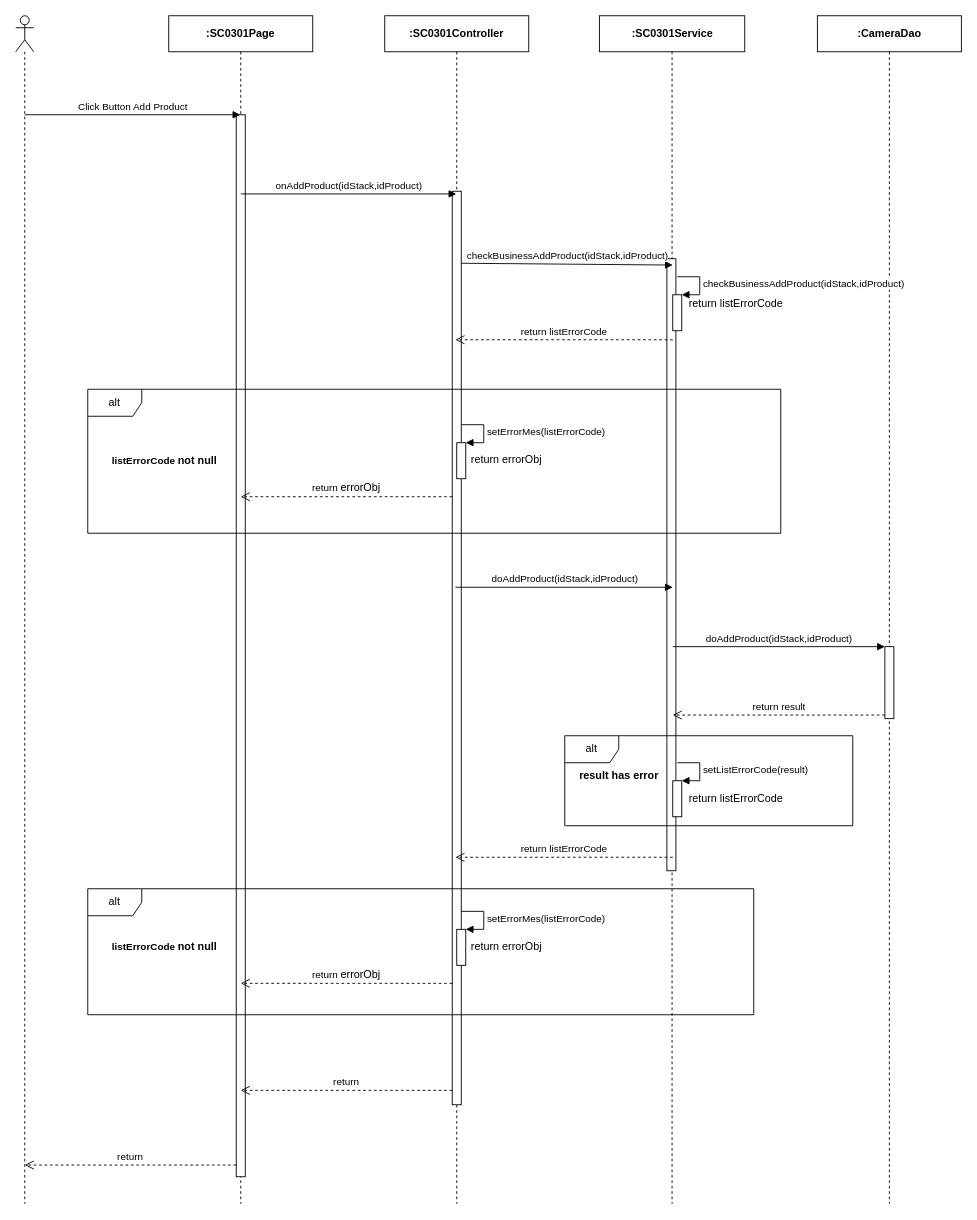
This is page "Ev06" (6 of 10) of Users/LuanNM/SEQ Diagram Review/sc03/SC0301_StackDetail.drawio from luannmdev/CapstoneDocument, a draw.io file, before an edit. Source tidied: cells renumbered, new cells numbered last; positions are measured from the earlier drawing's top-left corner, leaving out a move shared by most shapes. Both pictures are drawn from the tidied source at 90%, with x=0, y=0 at pixel (15, 15).
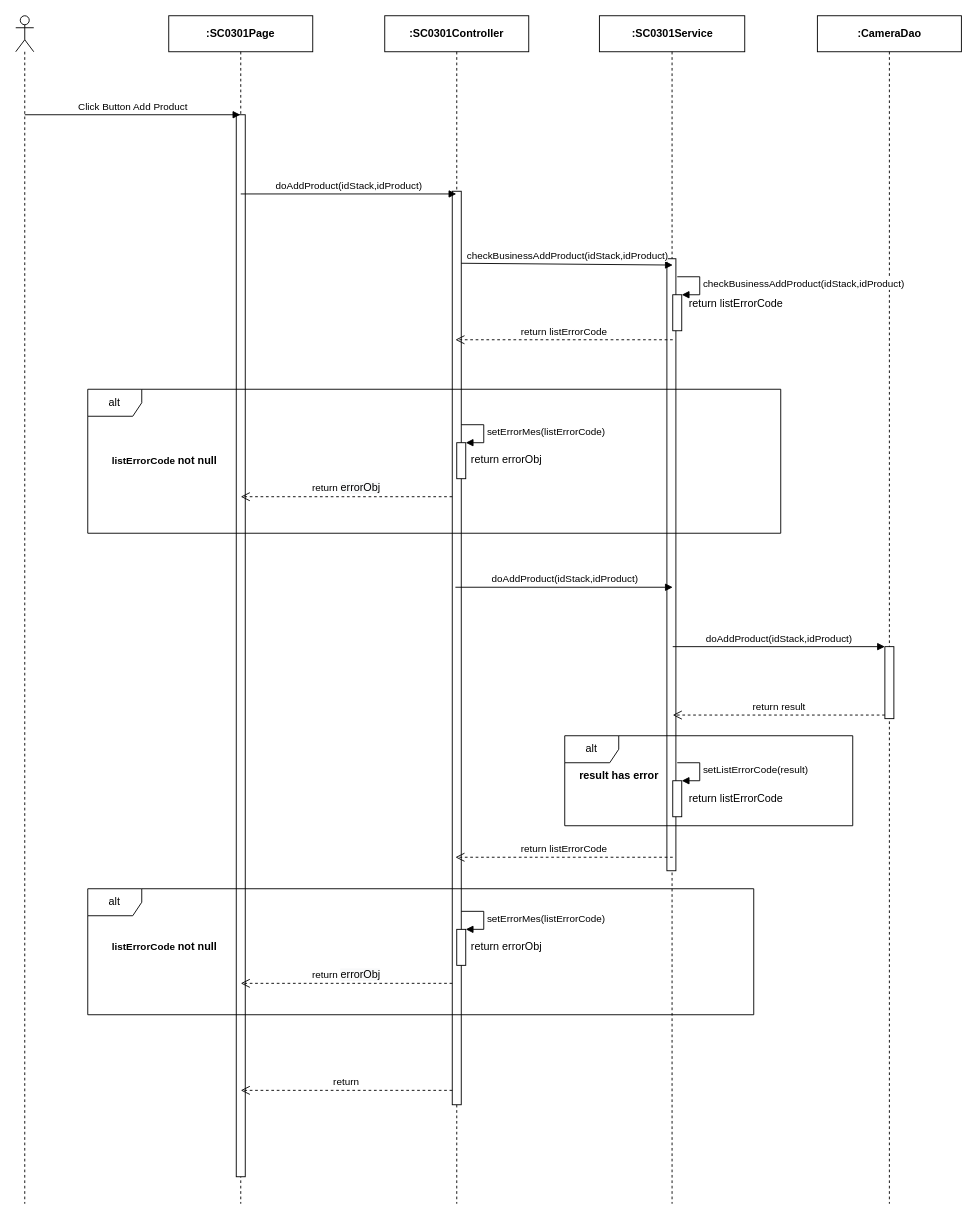
The same diagram, later.

Diff of the diagram source:
```diff
@@
-    <mxCell id="11" value="onAddProduct(idStack,idProduct)" style="html=1;verticalAlign=bottom;endArrow=block;" parent="1" edge="1">
+    <mxCell id="11" value="doAddProduct(idStack,idProduct)" style="html=1;verticalAlign=bottom;endArrow=block;" parent="1" edge="1">
       <mxGeometry relative="1" as="geometry">
         <mxPoint x="250" y="198" as="sourcePoint" />
         <mxPoint x="489.5" y="198" as="targetPoint" />
       </mxGeometry>
     </mxCell>
@@
-    <mxCell id="37" value="return" style="html=1;verticalAlign=bottom;endArrow=open;dashed=1;endSize=8;" parent="1" edge="1">
-      <mxGeometry relative="1" as="geometry">
-        <mxPoint x="245" y="1277" as="sourcePoint" />
-        <mxPoint x="10" y="1277" as="targetPoint" />
-      </mxGeometry>
-    </mxCell>
```
